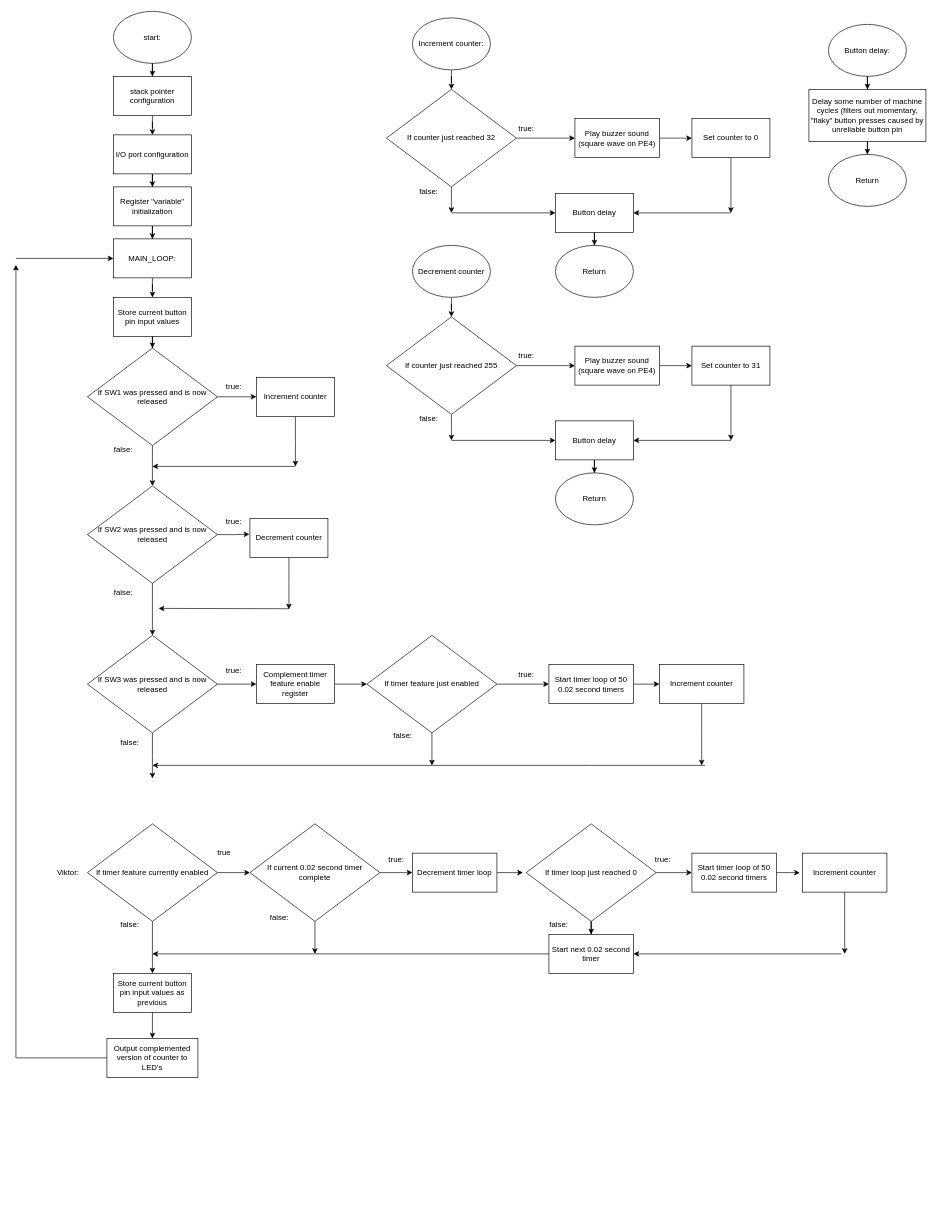
Vrotki/Microcontrollers-Project-1 keeps this draw.io diagram as Flowchart.drawio. Above is the earlier version. Source tidied: cells renumbered, new cells numbered last; positions are measured from the earlier drawing's top-left corner, leaving out a move shared by most shapes. Both pictures are drawn from the tidied source at 65%, with x=0, y=0 at pixel (16, 11).
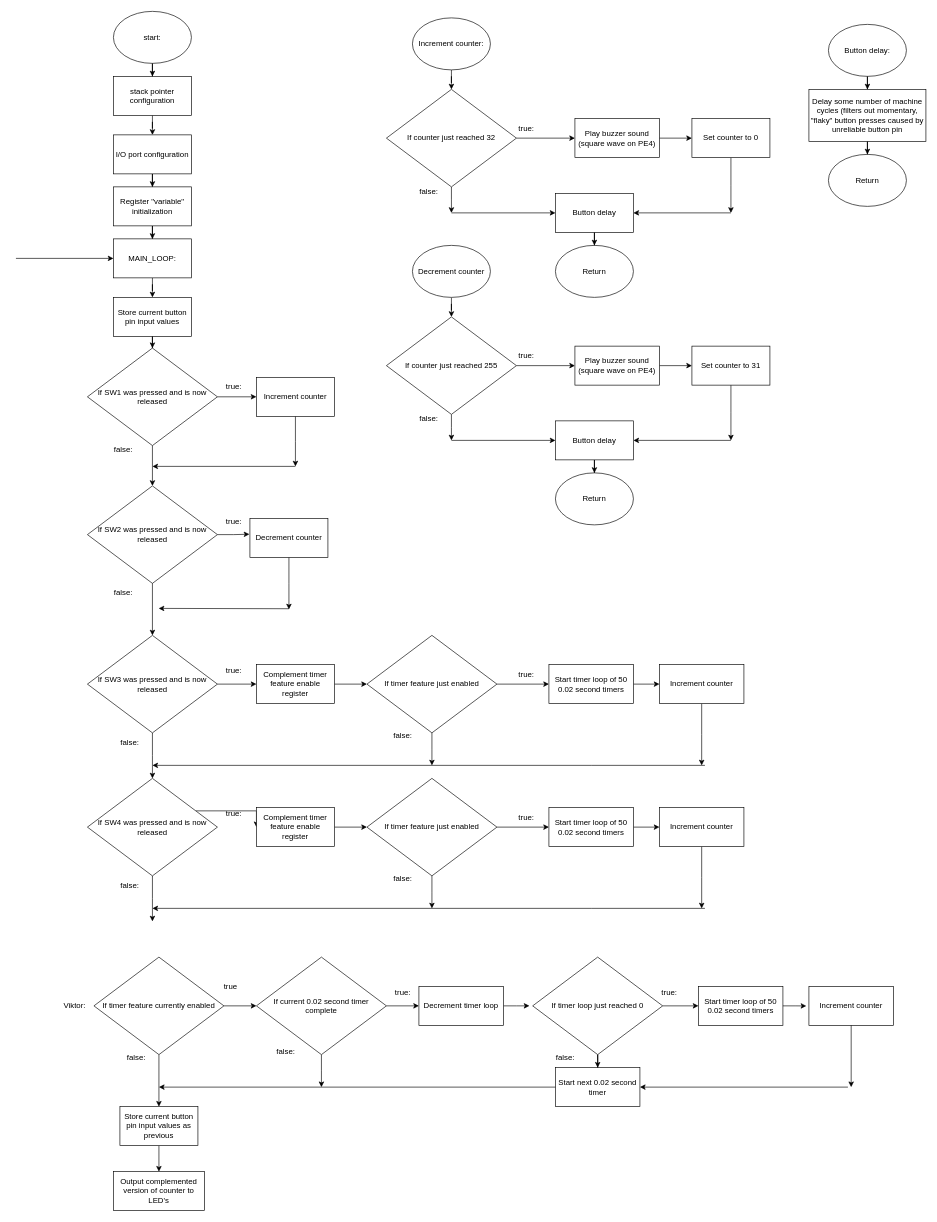
Above is the later version.

The edit, as a diff of the source:
```diff
@@
-    <mxCell id="44" style="edgeStyle=orthogonalEdgeStyle;rounded=0;jettySize=auto;html=1;entryX=0.5;entryY=0;entryDx=0;entryDy=0;" parent="1" edge="1" source="46" target="92">
-      <mxGeometry relative="1" as="geometry" />
-    </mxCell>
-    <mxCell id="45" style="edgeStyle=orthogonalEdgeStyle;rounded=0;jettySize=auto;html=1;entryX=0;entryY=0.5;entryDx=0;entryDy=0;" parent="1" edge="1" source="46" target="49">
-      <mxGeometry relative="1" as="geometry" />
-    </mxCell>
-    <mxCell id="46" value="If timer feature currently enabled" style="rhombus;whiteSpace=wrap;html=1;" parent="1" vertex="1">
-      <mxGeometry x="110" y="1250" width="200" height="150" as="geometry" />
-    </mxCell>
-    <mxCell id="47" style="edgeStyle=orthogonalEdgeStyle;rounded=0;jettySize=auto;html=1;entryX=0;entryY=0.5;entryDx=0;entryDy=0;" parent="1" edge="1" source="49" target="51">
-      <mxGeometry relative="1" as="geometry" />
-    </mxCell>
-    <mxCell id="48" style="edgeStyle=orthogonalEdgeStyle;rounded=0;jettySize=auto;html=1;" parent="1" edge="1" source="49">
-      <mxGeometry relative="1" as="geometry">
-        <mxPoint x="460" y="1450" as="targetPoint" />
-      </mxGeometry>
-    </mxCell>
-    <mxCell id="49" value="If current 0.02 second timer complete" style="rhombus;whiteSpace=wrap;html=1;" parent="1" vertex="1">
-      <mxGeometry x="360" y="1250" width="200" height="150" as="geometry" />
-    </mxCell>
-    <mxCell id="50" style="edgeStyle=orthogonalEdgeStyle;rounded=0;jettySize=auto;html=1;" parent="1" edge="1" source="51">
-      <mxGeometry relative="1" as="geometry">
-        <mxPoint x="780" y="1325" as="targetPoint" />
-      </mxGeometry>
-    </mxCell>
-    <mxCell id="51" value="Decrement timer loop" style="rounded=0;whiteSpace=wrap;html=1;" parent="1" vertex="1">
-      <mxGeometry x="610" y="1295" width="130" height="60" as="geometry" />
-    </mxCell>
-    <mxCell id="52" value="Start next 0.02 second timer" style="rounded=0;whiteSpace=wrap;html=1;" parent="1" vertex="1">
-      <mxGeometry x="820" y="1420" width="130" height="60" as="geometry" />
-    </mxCell>
-    <mxCell id="53" style="edgeStyle=orthogonalEdgeStyle;rounded=0;jettySize=auto;html=1;entryX=0;entryY=0.5;entryDx=0;entryDy=0;" parent="1" edge="1" source="55" target="56">
-      <mxGeometry relative="1" as="geometry" />
-    </mxCell>
-    <mxCell id="54" style="edgeStyle=orthogonalEdgeStyle;rounded=0;jettySize=auto;html=1;entryX=0.5;entryY=0;entryDx=0;entryDy=0;" parent="1" edge="1" source="55" target="52">
-      <mxGeometry relative="1" as="geometry" />
-    </mxCell>
-    <mxCell id="55" value="If timer loop just reached 0" style="rhombus;whiteSpace=wrap;html=1;" parent="1" vertex="1">
-      <mxGeometry x="785" y="1250" width="200" height="150" as="geometry" />
-    </mxCell>
-    <mxCell id="56" value="Start timer loop of 50 0.02 second timers" style="rounded=0;whiteSpace=wrap;html=1;" parent="1" vertex="1">
-      <mxGeometry x="1040" y="1295" width="130" height="60" as="geometry" />
-    </mxCell>
@@
-    <mxCell id="59" value="Increment counter" style="rounded=0;whiteSpace=wrap;html=1;" parent="1" vertex="1">
-      <mxGeometry x="1210" y="1295" width="130" height="60" as="geometry" />
-    </mxCell>
-    <mxCell id="60" value="false:" style="text;html=1;align=center;verticalAlign=middle;strokeColor=none;fillColor=none;" parent="1" vertex="1">
-      <mxGeometry x="810" y="1390" width="50" height="30" as="geometry" />
-    </mxCell>
-    <mxCell id="61" value="true:" style="text;html=1;align=center;verticalAlign=middle;strokeColor=none;fillColor=none;" parent="1" vertex="1">
-      <mxGeometry x="970" y="1290" width="50" height="30" as="geometry" />
-    </mxCell>
-    <mxCell id="62" value="false:" style="text;html=1;align=center;verticalAlign=middle;strokeColor=none;fillColor=none;" parent="1" vertex="1">
-      <mxGeometry x="380" y="1380" width="50" height="30" as="geometry" />
-    </mxCell>
-    <mxCell id="63" value="true:" style="text;html=1;align=center;verticalAlign=middle;strokeColor=none;fillColor=none;" parent="1" vertex="1">
-      <mxGeometry x="560" y="1290" width="50" height="30" as="geometry" />
-    </mxCell>
@@
-    <mxCell id="91" style="edgeStyle=orthogonalEdgeStyle;rounded=0;jettySize=auto;html=1;entryX=0.5;entryY=0;entryDx=0;entryDy=0;" parent="1" edge="1" source="92" target="94">
-      <mxGeometry relative="1" as="geometry" />
-    </mxCell>
-    <mxCell id="92" value="Store current button pin input values as previous" style="rounded=0;whiteSpace=wrap;html=1;" parent="1" vertex="1">
-      <mxGeometry x="150" y="1480" width="120" height="60" as="geometry" />
-    </mxCell>
-    <mxCell id="93" style="edgeStyle=orthogonalEdgeStyle;rounded=0;jettySize=auto;html=1;" parent="1" edge="1" source="94">
-      <mxGeometry relative="1" as="geometry">
-        <mxPoint y="390" as="targetPoint" />
-        <Array as="points">
-          <mxPoint y="1610" />
-        </Array>
-      </mxGeometry>
-    </mxCell>
-    <mxCell id="94" value="Output complemented version of counter to LED's" style="rounded=0;whiteSpace=wrap;html=1;" parent="1" vertex="1">
-      <mxGeometry x="140" y="1580" width="140" height="60" as="geometry" />
-    </mxCell>
@@
-    <mxCell id="96" style="edgeStyle=orthogonalEdgeStyle;rounded=0;jettySize=auto;html=1;entryX=-0.031;entryY=0.502;entryDx=0;entryDy=0;entryPerimeter=0;" parent="1" edge="1" source="56" target="59">
-      <mxGeometry relative="1" as="geometry" />
-    </mxCell>
-    <mxCell id="97" style="endArrow=classic;html=1;rounded=0;exitX=0.5;exitY=1;exitDx=0;exitDy=0;" parent="1" edge="1" source="59">
-      <mxGeometry relative="1" as="geometry">
-        <mxPoint x="1275" y="1450" as="targetPoint" />
-      </mxGeometry>
-    </mxCell>
-    <mxCell id="98" style="endArrow=classic;html=1;rounded=0;entryX=1;entryY=0.5;entryDx=0;entryDy=0;" parent="1" edge="1" target="52">
-      <mxGeometry relative="1" as="geometry">
-        <mxPoint x="1270" y="1450" as="sourcePoint" />
-      </mxGeometry>
-    </mxCell>
-    <mxCell id="99" style="endArrow=classic;html=1;rounded=0;exitX=0;exitY=0.5;exitDx=0;exitDy=0;" parent="1" edge="1" source="52">
-      <mxGeometry relative="1" as="geometry">
-        <mxPoint x="210" y="1450" as="targetPoint" />
-      </mxGeometry>
-    </mxCell>
-    <mxCell id="100" value="Viktor:" style="text;html=1;align=center;verticalAlign=middle;strokeColor=none;fillColor=none;" parent="1" vertex="1">
-      <mxGeometry x="50" y="1310" width="60" height="30" as="geometry" />
-    </mxCell>
@@
+    <mxCell id="44" style="edgeStyle=orthogonalEdgeStyle;rounded=0;jettySize=auto;html=1;entryX=0.5;entryY=0;entryDx=0;entryDy=0;" parent="1" edge="1" source="46" target="92">
+      <mxGeometry relative="1" as="geometry" />
+    </mxCell>
+    <mxCell id="45" style="edgeStyle=orthogonalEdgeStyle;rounded=0;jettySize=auto;html=1;entryX=0;entryY=0.5;entryDx=0;entryDy=0;" parent="1" edge="1" source="46" target="49">
+      <mxGeometry relative="1" as="geometry" />
+    </mxCell>
+    <mxCell id="46" value="If timer feature currently enabled" style="rhombus;whiteSpace=wrap;html=1;" parent="1" vertex="1">
+      <mxGeometry x="120" y="1455" width="200" height="150" as="geometry" />
+    </mxCell>
+    <mxCell id="47" style="edgeStyle=orthogonalEdgeStyle;rounded=0;jettySize=auto;html=1;entryX=0;entryY=0.5;entryDx=0;entryDy=0;" parent="1" edge="1" source="49" target="51">
+      <mxGeometry relative="1" as="geometry" />
+    </mxCell>
+    <mxCell id="114" style="edgeStyle=orthogonalEdgeStyle;rounded=0;jettySize=auto;html=1;" parent="1" edge="1" source="49">
+      <mxGeometry relative="1" as="geometry">
+        <mxPoint x="470" y="1655" as="targetPoint" />
+      </mxGeometry>
+    </mxCell>
+    <mxCell id="49" value="If current 0.02 second timer complete" style="rhombus;whiteSpace=wrap;html=1;" parent="1" vertex="1">
+      <mxGeometry x="370" y="1455" width="200" height="150" as="geometry" />
+    </mxCell>
+    <mxCell id="115" style="edgeStyle=orthogonalEdgeStyle;rounded=0;jettySize=auto;html=1;" parent="1" edge="1" source="51">
+      <mxGeometry relative="1" as="geometry">
+        <mxPoint x="790" y="1530" as="targetPoint" />
+      </mxGeometry>
+    </mxCell>
+    <mxCell id="51" value="Decrement timer loop" style="rounded=0;whiteSpace=wrap;html=1;" parent="1" vertex="1">
+      <mxGeometry x="620" y="1500" width="130" height="60" as="geometry" />
+    </mxCell>
+    <mxCell id="52" value="Start next 0.02 second timer" style="rounded=0;whiteSpace=wrap;html=1;" parent="1" vertex="1">
+      <mxGeometry x="830" y="1625" width="130" height="60" as="geometry" />
+    </mxCell>
+    <mxCell id="116" style="edgeStyle=orthogonalEdgeStyle;rounded=0;jettySize=auto;html=1;entryX=0;entryY=0.5;entryDx=0;entryDy=0;" parent="1" edge="1" source="55" target="117">
+      <mxGeometry relative="1" as="geometry" />
+    </mxCell>
+    <mxCell id="54" style="edgeStyle=orthogonalEdgeStyle;rounded=0;jettySize=auto;html=1;entryX=0.5;entryY=0;entryDx=0;entryDy=0;" parent="1" edge="1" source="55" target="52">
+      <mxGeometry relative="1" as="geometry" />
+    </mxCell>
+    <mxCell id="55" value="If timer loop just reached 0" style="rhombus;whiteSpace=wrap;html=1;" parent="1" vertex="1">
+      <mxGeometry x="795" y="1455" width="200" height="150" as="geometry" />
+    </mxCell>
+    <mxCell id="117" value="Start timer loop of 50 0.02 second timers" style="rounded=0;whiteSpace=wrap;html=1;" parent="1" vertex="1">
+      <mxGeometry x="1050" y="1500" width="130" height="60" as="geometry" />
+    </mxCell>
+    <mxCell id="118" value="Increment counter" style="rounded=0;whiteSpace=wrap;html=1;" parent="1" vertex="1">
+      <mxGeometry x="1220" y="1500" width="130" height="60" as="geometry" />
+    </mxCell>
+    <mxCell id="119" value="false:" style="text;html=1;align=center;verticalAlign=middle;strokeColor=none;fillColor=none;" parent="1" vertex="1">
+      <mxGeometry x="820" y="1595" width="50" height="30" as="geometry" />
+    </mxCell>
+    <mxCell id="120" value="true:" style="text;html=1;align=center;verticalAlign=middle;strokeColor=none;fillColor=none;" parent="1" vertex="1">
+      <mxGeometry x="980" y="1495" width="50" height="30" as="geometry" />
+    </mxCell>
+    <mxCell id="121" value="false:" style="text;html=1;align=center;verticalAlign=middle;strokeColor=none;fillColor=none;" parent="1" vertex="1">
+      <mxGeometry x="390" y="1585" width="50" height="30" as="geometry" />
+    </mxCell>
+    <mxCell id="122" value="true:" style="text;html=1;align=center;verticalAlign=middle;strokeColor=none;fillColor=none;" parent="1" vertex="1">
+      <mxGeometry x="570" y="1495" width="50" height="30" as="geometry" />
+    </mxCell>
+    <mxCell id="91" style="edgeStyle=orthogonalEdgeStyle;rounded=0;jettySize=auto;html=1;entryX=0.5;entryY=0;entryDx=0;entryDy=0;" parent="1" edge="1" source="92" target="94">
+      <mxGeometry relative="1" as="geometry" />
+    </mxCell>
+    <mxCell id="92" value="Store current button pin input values as previous" style="rounded=0;whiteSpace=wrap;html=1;" parent="1" vertex="1">
+      <mxGeometry x="160" y="1685" width="120" height="60" as="geometry" />
+    </mxCell>
+    <mxCell id="94" value="Output complemented version of counter to LED's" style="rounded=0;whiteSpace=wrap;html=1;" parent="1" vertex="1">
+      <mxGeometry x="150" y="1785" width="140" height="60" as="geometry" />
+    </mxCell>
+    <mxCell id="123" style="edgeStyle=orthogonalEdgeStyle;rounded=0;jettySize=auto;html=1;entryX=-0.031;entryY=0.502;entryDx=0;entryDy=0;entryPerimeter=0;" parent="1" edge="1" source="117" target="118">
+      <mxGeometry relative="1" as="geometry" />
+    </mxCell>
+    <mxCell id="124" style="endArrow=classic;html=1;rounded=0;exitX=0.5;exitY=1;exitDx=0;exitDy=0;" parent="1" edge="1" source="118">
+      <mxGeometry relative="1" as="geometry">
+        <mxPoint x="1285" y="1655" as="targetPoint" />
+      </mxGeometry>
+    </mxCell>
+    <mxCell id="125" style="endArrow=classic;html=1;rounded=0;entryX=1;entryY=0.5;entryDx=0;entryDy=0;" parent="1" edge="1" target="52">
+      <mxGeometry relative="1" as="geometry">
+        <mxPoint x="1280" y="1655" as="sourcePoint" />
+      </mxGeometry>
+    </mxCell>
+    <mxCell id="126" style="endArrow=classic;html=1;rounded=0;exitX=0;exitY=0.5;exitDx=0;exitDy=0;" parent="1" edge="1" source="52">
+      <mxGeometry relative="1" as="geometry">
+        <mxPoint x="220" y="1655" as="targetPoint" />
+      </mxGeometry>
+    </mxCell>
+    <mxCell id="100" value="Viktor:" style="text;html=1;align=center;verticalAlign=middle;strokeColor=none;fillColor=none;" parent="1" vertex="1">
+      <mxGeometry x="60" y="1515" width="60" height="30" as="geometry" />
+    </mxCell>
     <mxCell id="112" value="true" style="text;html=1;align=center;verticalAlign=middle;strokeColor=none;fillColor=none;" parent="1" vertex="1">
-      <mxGeometry x="300" y="1280" width="40" height="30" as="geometry" />
+      <mxGeometry x="310" y="1485" width="40" height="30" as="geometry" />
     </mxCell>
-    <mxCell id="113" value="false:" style="text;html=1;align=center;verticalAlign=middle;strokeColor=none;fillColor=none;" parent="1" vertex="1">
-      <mxGeometry x="150" y="1390" width="50" height="30" as="geometry" />
-    </mxCell>
+    <mxCell id="127" value="false:" style="text;html=1;align=center;verticalAlign=middle;strokeColor=none;fillColor=none;" parent="1" vertex="1">
+      <mxGeometry x="160" y="1595" width="50" height="30" as="geometry" />
+    </mxCell>
+    <mxCell id="128" style="edgeStyle=orthogonalEdgeStyle;rounded=0;jettySize=auto;html=1;entryX=0;entryY=0.5;entryDx=0;entryDy=0;" parent="1" edge="1" source="130" target="132">
+      <mxGeometry relative="1" as="geometry">
+        <Array as="points">
+          <mxPoint x="370" y="1230" />
+        </Array>
+      </mxGeometry>
+    </mxCell>
+    <mxCell id="129" style="edgeStyle=orthogonalEdgeStyle;rounded=0;jettySize=auto;html=1;" parent="1" edge="1" source="130">
+      <mxGeometry relative="1" as="geometry">
+        <mxPoint x="210" y="1400" as="targetPoint" />
+      </mxGeometry>
+    </mxCell>
+    <mxCell id="130" value="If SW4 was pressed and is now released" style="rhombus;whiteSpace=wrap;html=1;" parent="1" vertex="1">
+      <mxGeometry x="110" y="1180" width="200" height="150" as="geometry" />
+    </mxCell>
+    <mxCell id="131" style="edgeStyle=orthogonalEdgeStyle;rounded=0;jettySize=auto;html=1;entryX=0;entryY=0.5;entryDx=0;entryDy=0;" parent="1" edge="1" source="132" target="137">
+      <mxGeometry relative="1" as="geometry" />
+    </mxCell>
+    <mxCell id="132" value="Complement timer feature enable register" style="whiteSpace=wrap;html=1;" parent="1" vertex="1">
+      <mxGeometry x="370" y="1225" width="120" height="60" as="geometry" />
+    </mxCell>
+    <mxCell id="133" value="true:" style="text;html=1;align=center;verticalAlign=middle;strokeColor=none;fillColor=none;" parent="1" vertex="1">
+      <mxGeometry x="310" y="1220" width="50" height="30" as="geometry" />
+    </mxCell>
+    <mxCell id="134" value="false:" style="text;html=1;align=center;verticalAlign=middle;strokeColor=none;fillColor=none;" parent="1" vertex="1">
+      <mxGeometry x="150" y="1330" width="50" height="30" as="geometry" />
+    </mxCell>
+    <mxCell id="135" style="edgeStyle=orthogonalEdgeStyle;rounded=0;jettySize=auto;html=1;entryX=0;entryY=0.5;entryDx=0;entryDy=0;" parent="1" edge="1" source="137" target="140">
+      <mxGeometry relative="1" as="geometry" />
+    </mxCell>
+    <mxCell id="136" style="edgeStyle=orthogonalEdgeStyle;rounded=0;jettySize=auto;html=1;" parent="1" edge="1" source="137">
+      <mxGeometry relative="1" as="geometry">
+        <mxPoint x="640" y="1380" as="targetPoint" />
+      </mxGeometry>
+    </mxCell>
+    <mxCell id="137" value="If timer feature just enabled" style="rhombus;whiteSpace=wrap;html=1;" parent="1" vertex="1">
+      <mxGeometry x="540" y="1180" width="200" height="150" as="geometry" />
+    </mxCell>
+    <mxCell id="138" style="edgeStyle=orthogonalEdgeStyle;rounded=0;orthogonalLoop=1;jettySize=auto;html=1;" parent="1" edge="1">
+      <mxGeometry relative="1" as="geometry">
+        <mxPoint x="1060" y="1380" as="sourcePoint" />
+        <mxPoint x="210" y="1380" as="targetPoint" />
+        <Array as="points">
+          <mxPoint x="885" y="1380" />
+        </Array>
+      </mxGeometry>
+    </mxCell>
+    <mxCell id="139" style="edgeStyle=orthogonalEdgeStyle;rounded=0;jettySize=auto;html=1;entryX=0;entryY=0.5;entryDx=0;entryDy=0;" parent="1" edge="1" source="140" target="144">
+      <mxGeometry relative="1" as="geometry" />
+    </mxCell>
+    <mxCell id="140" value="Start timer loop of 50 0.02 second timers" style="rounded=0;whiteSpace=wrap;html=1;" parent="1" vertex="1">
+      <mxGeometry x="820" y="1225" width="130" height="60" as="geometry" />
+    </mxCell>
+    <mxCell id="141" value="true:" style="text;html=1;align=center;verticalAlign=middle;strokeColor=none;fillColor=none;" parent="1" vertex="1">
+      <mxGeometry x="760" y="1225" width="50" height="30" as="geometry" />
+    </mxCell>
+    <mxCell id="142" value="false:" style="text;html=1;align=center;verticalAlign=middle;strokeColor=none;fillColor=none;" parent="1" vertex="1">
+      <mxGeometry x="570" y="1320" width="50" height="30" as="geometry" />
+    </mxCell>
+    <mxCell id="143" style="edgeStyle=orthogonalEdgeStyle;rounded=0;jettySize=auto;html=1;" parent="1" edge="1" source="144">
+      <mxGeometry relative="1" as="geometry">
+        <mxPoint x="1055" y="1380" as="targetPoint" />
+      </mxGeometry>
+    </mxCell>
+    <mxCell id="144" value="Increment counter" style="rounded=0;whiteSpace=wrap;html=1;" parent="1" vertex="1">
+      <mxGeometry x="990" y="1225" width="130" height="60" as="geometry" />
+    </mxCell>
```
